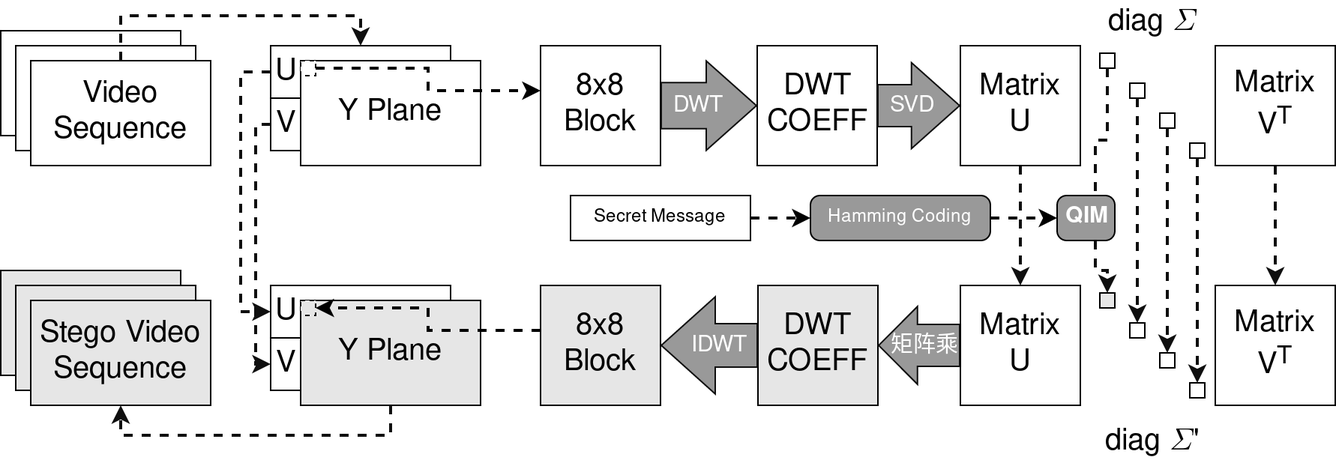
Above: fig/flow_graph_en.png in sirius1242/Video-Steg (draw.io), before the change. Source tidied: cells renumbered, new cells last; positions are measured from the earlier drawing's top-left corner, leaving out a move shared by most shapes.
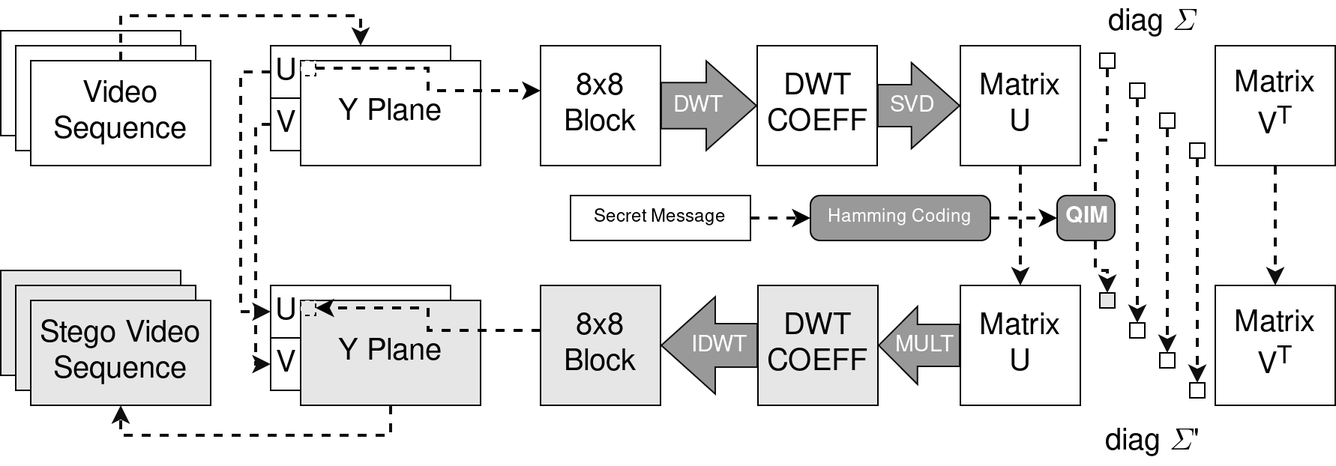
Later version of the same file.

The edit, as a diff of the source:
```diff
@@ -200,7 +200,7 @@
     <mxCell id="55" style="shape=flexArrow;endArrow=classic;html=1;rounded=0;strokeColor=#0F0F0F;entryX=1;entryY=0.5;entryDx=0;entryDy=0;exitX=0;exitY=0.5;exitDx=0;exitDy=0;endWidth=22.857142857142858;endSize=8.285714285714286;width=28;fillColor=#999999;" parent="1" edge="1" source="38" target="51">
       <mxGeometry relative="1" as="geometry" />
     </mxCell>
-    <mxCell id="56" value="矩阵乘" style="edgeLabel;html=1;align=center;verticalAlign=middle;fontSize=15;fontColor=#FFFFFF;labelBackgroundColor=none;" parent="55" vertex="1">
+    <mxCell id="56" value="MULT" style="edgeLabel;html=1;align=center;verticalAlign=middle;fontSize=15;fontColor=#FFFFFF;labelBackgroundColor=none;" parent="55" vertex="1">
       <mxGeometry x="0.22" relative="1" as="geometry">
         <mxPoint x="9" as="offset" />
       </mxGeometry>
```
